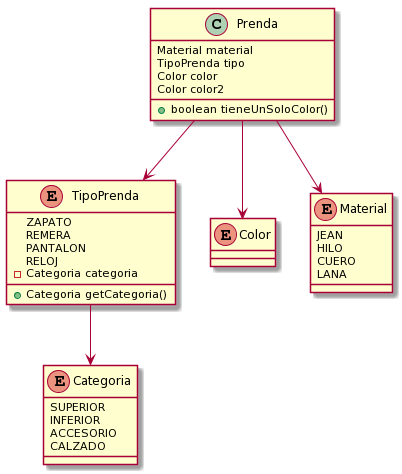
Above: QueMePongo.png in agustinmonti/DDS-QMP (PlantUML), before the change.
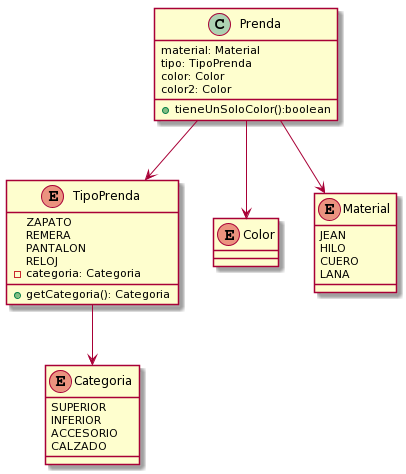
The same file after the commit.

Commit message:
Correcion de Diagrama Primera Iteracion

Diff of the diagram source:
```diff
@@ -11,11 +11,11 @@
 TipoPrenda --> Categoria
 
 class Prenda{
-  Material material
-  TipoPrenda tipo
-  Color color
-  Color color2
-  +boolean tieneUnSoloColor()
+  material: Material
+  tipo: TipoPrenda
+  color: Color
+  color2: Color
+  +tieneUnSoloColor():boolean
 }
 enum Material {
   JEAN
@@ -28,8 +28,8 @@
   REMERA
   PANTALON
   RELOJ
-  -Categoria categoria
-  +Categoria getCategoria()
+  -categoria: Categoria
+  +getCategoria(): Categoria
 }
 enum Categoria{
   SUPERIOR
```
